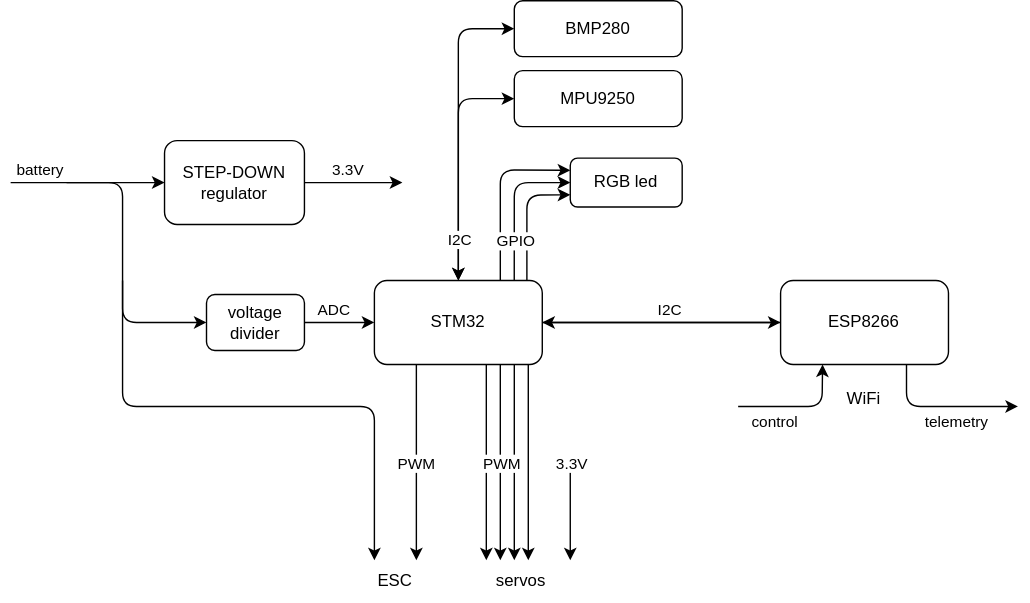
Above: docs/flight_controller.drawio.svg in Eryk-Mozdzen/uav-tvc-goose (draw.io), before the change. Source tidied: cells renumbered, new cells last; positions are measured from the earlier drawing's top-left corner, leaving out a move shared by most shapes. Source of this version:
```xml
<mxGraphModel background="#ffffff">
  <root>
    <mxCell id="0" />
    <mxCell id="1" parent="0" />
    <mxCell id="2" style="edgeStyle=none;html=1;entryX=0;entryY=0.5;entryDx=0;entryDy=0;" parent="1" edge="1" source="7" target="12">
      <mxGeometry relative="1" as="geometry" />
    </mxCell>
    <mxCell id="3" style="edgeStyle=none;html=1;entryX=0.25;entryY=1;entryDx=0;entryDy=0;" parent="1" edge="1" target="12">
      <mxGeometry relative="1" as="geometry">
        <mxPoint x="520" y="290" as="sourcePoint" />
        <Array as="points">
          <mxPoint x="580" y="290" />
        </Array>
      </mxGeometry>
    </mxCell>
    <mxCell id="4" value="control" style="edgeLabel;html=1;align=center;verticalAlign=middle;" parent="3" vertex="1">
      <mxGeometry x="0.02" relative="1" as="geometry">
        <mxPoint x="-21" y="10" as="offset" />
      </mxGeometry>
    </mxCell>
    <mxCell id="5" style="edgeStyle=none;html=1;entryX=0;entryY=0.5;entryDx=0;entryDy=0;" parent="1" edge="1" target="16">
      <mxGeometry relative="1" as="geometry">
        <mxPoint x="40" y="130" as="sourcePoint" />
      </mxGeometry>
    </mxCell>
    <mxCell id="6" value="battery" style="edgeLabel;html=1;align=center;verticalAlign=middle;" parent="5" vertex="1">
      <mxGeometry x="-0.75" y="2" relative="1" as="geometry">
        <mxPoint x="-29" y="-8" as="offset" />
      </mxGeometry>
    </mxCell>
    <mxCell id="7" value="STM32" style="rounded=1;whiteSpace=wrap;html=1;" parent="1" vertex="1">
      <mxGeometry x="260" y="200" width="120" height="60" as="geometry" />
    </mxCell>
    <mxCell id="8" style="edgeStyle=none;html=1;entryX=1;entryY=0.5;entryDx=0;entryDy=0;" parent="1" edge="1" source="12" target="7">
      <mxGeometry relative="1" as="geometry" />
    </mxCell>
    <mxCell id="9" value="I2C" style="edgeLabel;html=1;align=center;verticalAlign=middle;" parent="8" vertex="1">
      <mxGeometry x="-0.29" relative="1" as="geometry">
        <mxPoint x="-20" y="-10" as="offset" />
      </mxGeometry>
    </mxCell>
    <mxCell id="10" style="edgeStyle=none;html=1;exitX=0.75;exitY=1;exitDx=0;exitDy=0;" parent="1" edge="1" source="12">
      <mxGeometry relative="1" as="geometry">
        <mxPoint x="720" y="290" as="targetPoint" />
        <Array as="points">
          <mxPoint x="640.3" y="290" />
        </Array>
      </mxGeometry>
    </mxCell>
    <mxCell id="11" value="telemetry" style="edgeLabel;html=1;align=center;verticalAlign=middle;" parent="10" vertex="1">
      <mxGeometry x="0.11" relative="1" as="geometry">
        <mxPoint x="4" y="10" as="offset" />
      </mxGeometry>
    </mxCell>
    <mxCell id="12" value="ESP8266" style="rounded=1;whiteSpace=wrap;html=1;" parent="1" vertex="1">
      <mxGeometry x="550.3" y="200" width="120" height="60" as="geometry" />
    </mxCell>
    <mxCell id="13" style="edgeStyle=none;html=1;exitX=1;exitY=0.5;exitDx=0;exitDy=0;" parent="1" edge="1" source="16">
      <mxGeometry relative="1" as="geometry">
        <mxPoint x="280" y="130" as="targetPoint" />
        <Array as="points">
          <mxPoint x="250" y="130" />
        </Array>
      </mxGeometry>
    </mxCell>
    <mxCell id="14" value="3.3V" style="edgeLabel;html=1;align=center;verticalAlign=middle;" parent="13" vertex="1">
      <mxGeometry x="-0.22" y="-2" relative="1" as="geometry">
        <mxPoint x="-78" y="-12" as="offset" />
      </mxGeometry>
    </mxCell>
    <mxCell id="15" value="3.3V" style="edgeLabel;html=1;align=center;verticalAlign=middle;" parent="13" vertex="1">
      <mxGeometry x="0.38" relative="1" as="geometry">
        <mxPoint x="-18" y="-10" as="offset" />
      </mxGeometry>
    </mxCell>
    <mxCell id="16" value="STEP-DOWN&lt;br&gt;regulator" style="rounded=1;whiteSpace=wrap;html=1;" parent="1" vertex="1">
      <mxGeometry x="110" y="100" width="100" height="60" as="geometry" />
    </mxCell>
    <mxCell id="17" value="WiFi" style="text;html=1;strokeColor=none;fillColor=none;align=center;verticalAlign=middle;whiteSpace=wrap;rounded=0;" parent="1" vertex="1">
      <mxGeometry x="580.3" y="270" width="60" height="30" as="geometry" />
    </mxCell>
    <mxCell id="18" style="endArrow=classic;html=1;" parent="1" edge="1">
      <mxGeometry relative="1" as="geometry">
        <mxPoint y="130" as="sourcePoint" />
        <mxPoint x="260" y="400" as="targetPoint" />
        <Array as="points">
          <mxPoint x="80" y="130" />
          <mxPoint x="80" y="290" />
          <mxPoint x="260" y="290" />
        </Array>
      </mxGeometry>
    </mxCell>
    <mxCell id="19" style="endArrow=classic;html=1;exitX=0.25;exitY=1;exitDx=0;exitDy=0;" parent="1" edge="1" source="7">
      <mxGeometry relative="1" as="geometry">
        <mxPoint x="290" y="400" as="targetPoint" />
      </mxGeometry>
    </mxCell>
    <mxCell id="20" value="PWM" style="edgeLabel;html=1;align=center;verticalAlign=middle;" parent="19" vertex="1">
      <mxGeometry x="-0.23" y="-1" relative="1" as="geometry">
        <mxPoint y="16" as="offset" />
      </mxGeometry>
    </mxCell>
    <mxCell id="21" value="ESC" style="text;html=1;strokeColor=none;fillColor=none;align=center;verticalAlign=middle;whiteSpace=wrap;rounded=0;" parent="1" vertex="1">
      <mxGeometry x="250" y="400" width="50" height="30" as="geometry" />
    </mxCell>
    <mxCell id="22" style="endArrow=classic;html=1;exitX=0.25;exitY=1;exitDx=0;exitDy=0;" parent="1" edge="1">
      <mxGeometry relative="1" as="geometry">
        <mxPoint x="340" y="260" as="sourcePoint" />
        <mxPoint x="340" y="400" as="targetPoint" />
      </mxGeometry>
    </mxCell>
    <mxCell id="23" style="endArrow=classic;html=1;exitX=0.25;exitY=1;exitDx=0;exitDy=0;" parent="1" edge="1">
      <mxGeometry relative="1" as="geometry">
        <mxPoint x="350" y="260" as="sourcePoint" />
        <mxPoint x="350" y="400" as="targetPoint" />
      </mxGeometry>
    </mxCell>
    <mxCell id="24" style="endArrow=classic;html=1;exitX=0.25;exitY=1;exitDx=0;exitDy=0;" parent="1" edge="1">
      <mxGeometry relative="1" as="geometry">
        <mxPoint x="360" y="260" as="sourcePoint" />
        <mxPoint x="360" y="400" as="targetPoint" />
      </mxGeometry>
    </mxCell>
    <mxCell id="25" value="PWM" style="edgeLabel;html=1;align=center;verticalAlign=middle;" parent="24" vertex="1">
      <mxGeometry x="-0.23" y="-1" relative="1" as="geometry">
        <mxPoint x="-9" y="16" as="offset" />
      </mxGeometry>
    </mxCell>
    <mxCell id="26" style="endArrow=classic;html=1;exitX=0.25;exitY=1;exitDx=0;exitDy=0;" parent="1" edge="1">
      <mxGeometry relative="1" as="geometry">
        <mxPoint x="370" y="260" as="sourcePoint" />
        <mxPoint x="370" y="400" as="targetPoint" />
      </mxGeometry>
    </mxCell>
    <mxCell id="27" value="servos" style="text;html=1;strokeColor=none;fillColor=none;align=center;verticalAlign=middle;whiteSpace=wrap;rounded=0;" parent="1" vertex="1">
      <mxGeometry x="330" y="400" width="70" height="30" as="geometry" />
    </mxCell>
    <mxCell id="28" style="endArrow=classic;html=1;" parent="1" edge="1">
      <mxGeometry relative="1" as="geometry">
        <mxPoint x="400" y="330" as="sourcePoint" />
        <mxPoint x="400" y="400" as="targetPoint" />
        <Array as="points">
          <mxPoint x="400" y="360" />
        </Array>
      </mxGeometry>
    </mxCell>
    <mxCell id="29" value="3.3V" style="edgeLabel;html=1;align=center;verticalAlign=middle;" parent="28" vertex="1">
      <mxGeometry x="0.27" y="1" relative="1" as="geometry">
        <mxPoint x="-1" y="-44" as="offset" />
      </mxGeometry>
    </mxCell>
    <mxCell id="30" value="BMP280" style="rounded=1;whiteSpace=wrap;html=1;" parent="1" vertex="1">
      <mxGeometry x="360" width="120" height="40" as="geometry" />
    </mxCell>
    <mxCell id="31" value="MPU9250" style="rounded=1;whiteSpace=wrap;html=1;" parent="1" vertex="1">
      <mxGeometry x="360" y="50" width="120" height="40" as="geometry" />
    </mxCell>
    <mxCell id="32" style="endArrow=classic;startArrow=classic;html=1;exitX=0.5;exitY=0;exitDx=0;exitDy=0;entryX=0;entryY=0.5;entryDx=0;entryDy=0;" parent="1" edge="1" source="7" target="31">
      <mxGeometry relative="1" as="geometry">
        <Array as="points">
          <mxPoint x="320" y="70" />
        </Array>
      </mxGeometry>
    </mxCell>
    <mxCell id="33" style="endArrow=classic;startArrow=classic;html=1;exitX=0.5;exitY=0;exitDx=0;exitDy=0;entryX=0;entryY=0.5;entryDx=0;entryDy=0;" parent="1" edge="1" source="7" target="30">
      <mxGeometry relative="1" as="geometry">
        <Array as="points">
          <mxPoint x="320" y="20" />
        </Array>
      </mxGeometry>
    </mxCell>
    <mxCell id="34" value="I2C" style="edgeLabel;html=1;align=center;verticalAlign=middle;" parent="33" vertex="1">
      <mxGeometry x="-0.56" y="-1" relative="1" as="geometry">
        <mxPoint x="-1" y="19" as="offset" />
      </mxGeometry>
    </mxCell>
    <mxCell id="35" style="endArrow=classic;html=1;entryX=0;entryY=0.5;entryDx=0;entryDy=0;" parent="1" edge="1" target="39">
      <mxGeometry relative="1" as="geometry">
        <mxPoint x="80" y="200" as="sourcePoint" />
        <Array as="points">
          <mxPoint x="80" y="230" />
        </Array>
      </mxGeometry>
    </mxCell>
    <mxCell id="36" value="ADC" style="edgeLabel;html=1;align=center;verticalAlign=middle;" parent="35" vertex="1">
      <mxGeometry x="0.65" y="-1" relative="1" as="geometry">
        <mxPoint x="52" y="-1" as="offset" />
      </mxGeometry>
    </mxCell>
    <mxCell id="37" style="edgeStyle=none;html=1;entryX=0;entryY=0.5;entryDx=0;entryDy=0;" parent="1" edge="1" source="39" target="7">
      <mxGeometry relative="1" as="geometry" />
    </mxCell>
    <mxCell id="38" value="ADC" style="edgeLabel;html=1;align=center;verticalAlign=middle;" parent="37" vertex="1">
      <mxGeometry x="0.31" y="-2" relative="1" as="geometry">
        <mxPoint x="-13" y="-12" as="offset" />
      </mxGeometry>
    </mxCell>
    <mxCell id="39" value="voltage divider" style="rounded=1;whiteSpace=wrap;html=1;" parent="1" vertex="1">
      <mxGeometry x="140" y="210" width="70" height="40" as="geometry" />
    </mxCell>
    <mxCell id="40" value="RGB led" style="rounded=1;whiteSpace=wrap;html=1;" parent="1" vertex="1">
      <mxGeometry x="400" y="112.5" width="80" height="35" as="geometry" />
    </mxCell>
    <mxCell id="41" style="endArrow=classic;html=1;entryX=0;entryY=0.25;entryDx=0;entryDy=0;exitX=0.75;exitY=0;exitDx=0;exitDy=0;" parent="1" edge="1" source="7" target="40">
      <mxGeometry relative="1" as="geometry">
        <Array as="points">
          <mxPoint x="350" y="121" />
        </Array>
      </mxGeometry>
    </mxCell>
    <mxCell id="42" style="endArrow=classic;html=1;exitX=0.833;exitY=0;exitDx=0;exitDy=0;exitPerimeter=0;entryX=0;entryY=0.5;entryDx=0;entryDy=0;" parent="1" edge="1" source="7" target="40">
      <mxGeometry relative="1" as="geometry">
        <Array as="points">
          <mxPoint x="360" y="130" />
        </Array>
      </mxGeometry>
    </mxCell>
    <mxCell id="43" style="endArrow=classic;html=1;entryX=0;entryY=0.75;entryDx=0;entryDy=0;" parent="1" edge="1" target="40">
      <mxGeometry relative="1" as="geometry">
        <mxPoint x="369" y="200" as="sourcePoint" />
        <Array as="points">
          <mxPoint x="369" y="139" />
        </Array>
      </mxGeometry>
    </mxCell>
    <mxCell id="44" value="GPIO" style="edgeLabel;html=1;align=center;verticalAlign=middle;" parent="43" vertex="1">
      <mxGeometry x="-0.6" y="-1" relative="1" as="geometry">
        <mxPoint x="-10" y="-11" as="offset" />
      </mxGeometry>
    </mxCell>
  </root>
</mxGraphModel>
```
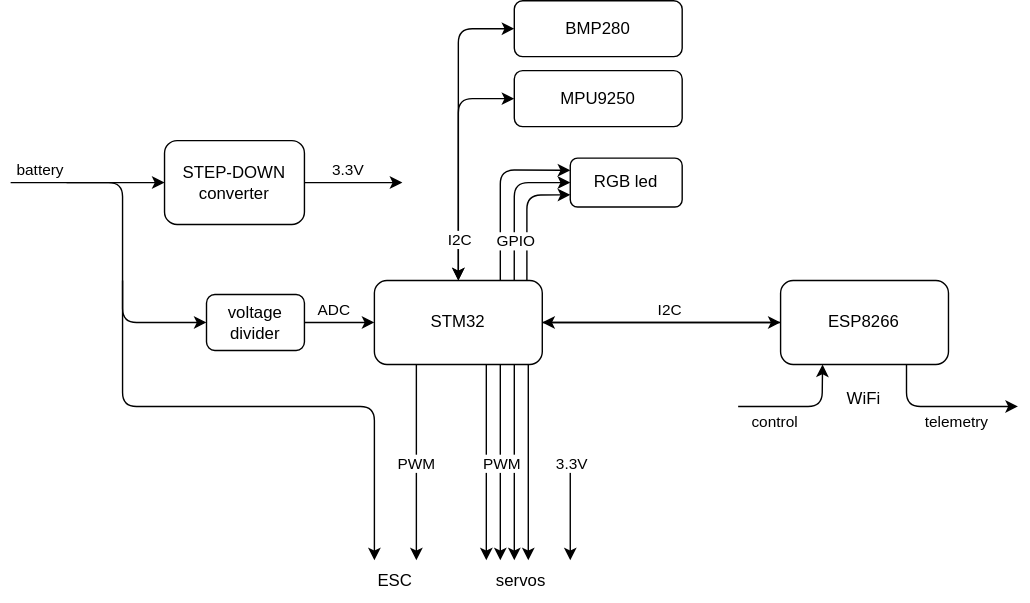
After the commit.

Commit message:
almost ready schematic for flight controller

Diff of the diagram source:
```diff
@@ -73,7 +73,7 @@
         <mxPoint x="-18" y="-10" as="offset" />
       </mxGeometry>
     </mxCell>
-    <mxCell id="16" value="STEP-DOWN&lt;br&gt;regulator" style="rounded=1;whiteSpace=wrap;html=1;" parent="1" vertex="1">
+    <mxCell id="16" value="STEP-DOWN&lt;br&gt;converter" style="rounded=1;whiteSpace=wrap;html=1;" parent="1" vertex="1">
       <mxGeometry x="110" y="100" width="100" height="60" as="geometry" />
     </mxCell>
     <mxCell id="17" value="WiFi" style="text;html=1;strokeColor=none;fillColor=none;align=center;verticalAlign=middle;whiteSpace=wrap;rounded=0;" parent="1" vertex="1">
```
